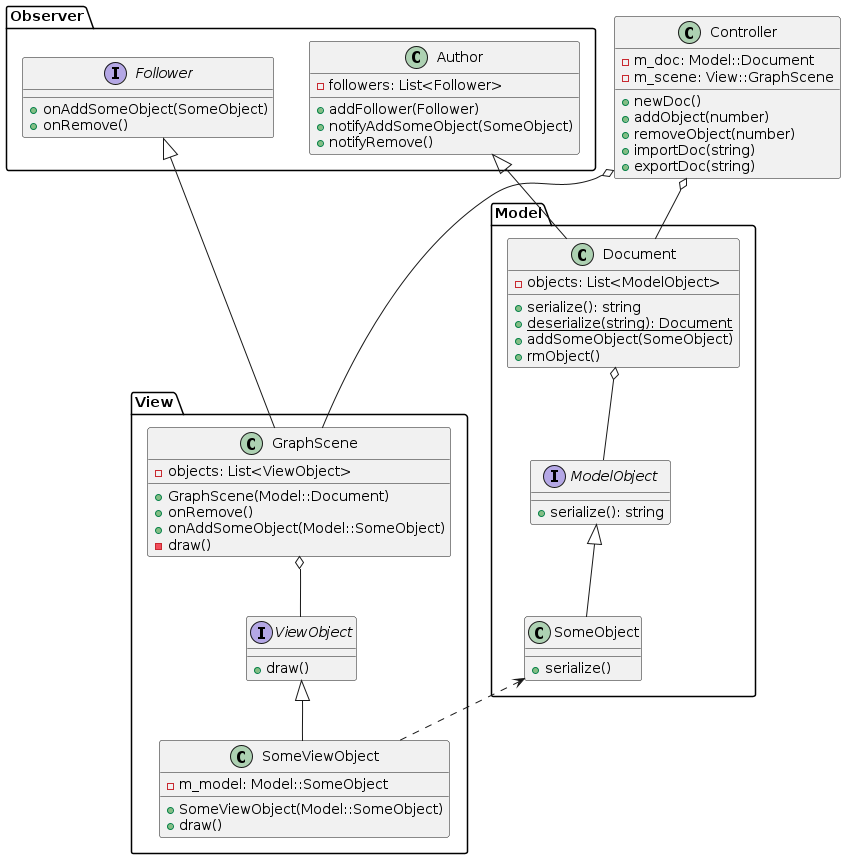
Before: diagram.png, a diagram exported from PlantUML (Dope-Bass/CppProfCource).
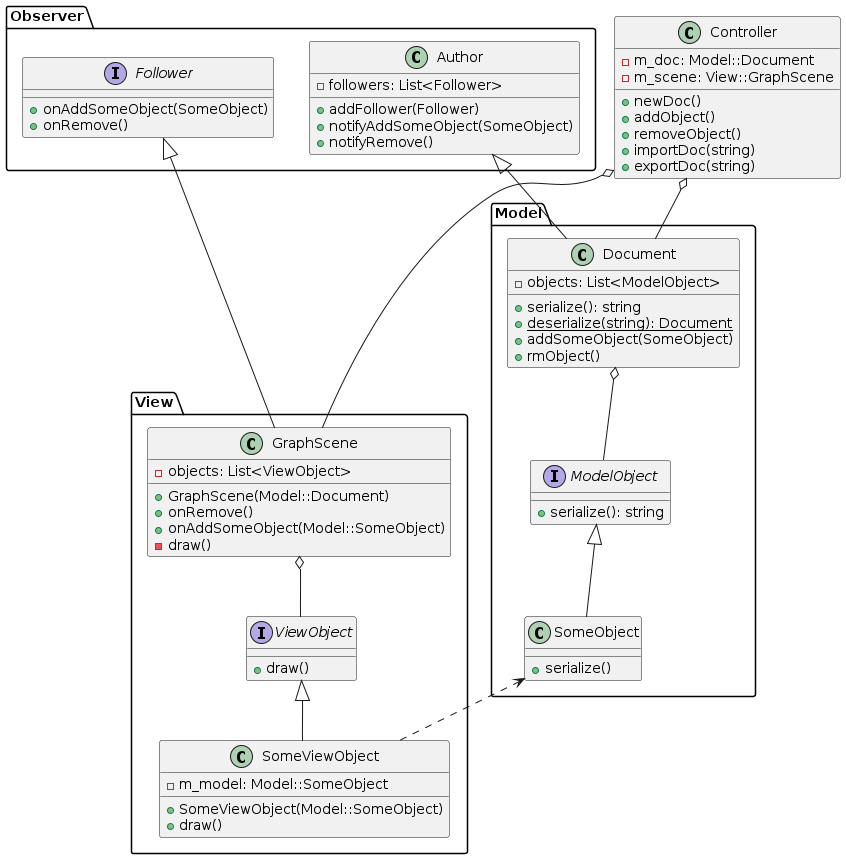
Above is the later version.

Diff of the diagram source:
```diff
@@ -4,8 +4,8 @@
     -m_doc: Model::Document
     -m_scene: View::GraphScene
     +newDoc()
-    +addObject(number)
-    +removeObject(number)
+    +addObject()
+    +removeObject()
     +importDoc(string)
     +exportDoc(string)
 }
```
